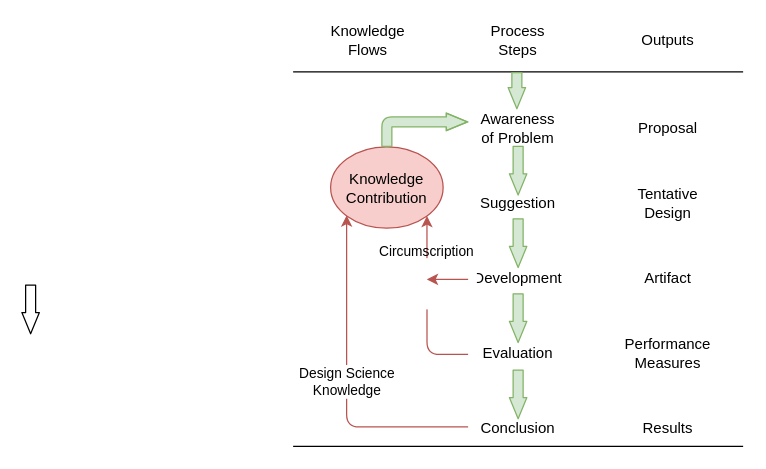
Before: Design Science Research.drawio in Albert-W/Draw_io, a draw.io diagram. Source tidied: cells renumbered, new cells numbered last; positions are measured from the earlier drawing's top-left corner, leaving out a move shared by most shapes. Both pictures are drawn from the tidied source at 125%, with x=0, y=0 at pixel (30, 21).
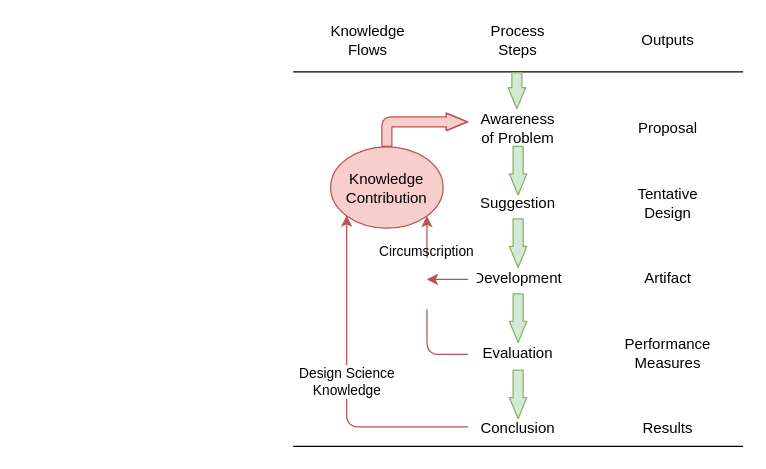
After the change.

Unchanged cells that the change refers to:
```xml
<mxCell id="23" value="Knowledge&lt;br&gt;Contribution&lt;br&gt;" style="ellipse;whiteSpace=wrap;html=1;fillColor=#f8cecc;strokeColor=#b85450;" parent="1" vertex="1">
  <mxGeometry x="240" y="100" width="90" height="65" as="geometry" />
</mxCell>
```

Diff of the diagram source:
```diff
@@
-    <mxCell id="17" style="shape=flexArrow;endArrow=classic;html=1;endWidth=5;endSize=5.31;width=8;" parent="1" edge="1">
-      <mxGeometry relative="1" as="geometry">
-        <mxPoint y="210" as="sourcePoint" />
-        <mxPoint y="250" as="targetPoint" />
-      </mxGeometry>
-    </mxCell>
@@
-    <mxCell id="24" style="shape=flexArrow;endArrow=classic;html=1;endWidth=5;endSize=5.31;width=8;edgeStyle=orthogonalEdgeStyle;exitX=0.5;exitY=0;exitDx=0;exitDy=0;fillColor=#d5e8d4;strokeColor=#82b366;" parent="1" edge="1" source="23">
+    <mxCell id="24" style="shape=flexArrow;endArrow=classic;html=1;endWidth=5;endSize=5.31;width=8;edgeStyle=orthogonalEdgeStyle;exitX=0.5;exitY=0;exitDx=0;exitDy=0;fillColor=#f8cecc;strokeColor=#b85450;" parent="1" edge="1" source="23">
       <mxGeometry relative="1" as="geometry">
         <mxPoint x="350" y="80" as="targetPoint" />
         <Array as="points">
           <mxPoint x="285" y="80" />
         </Array>
       </mxGeometry>
     </mxCell>
```
